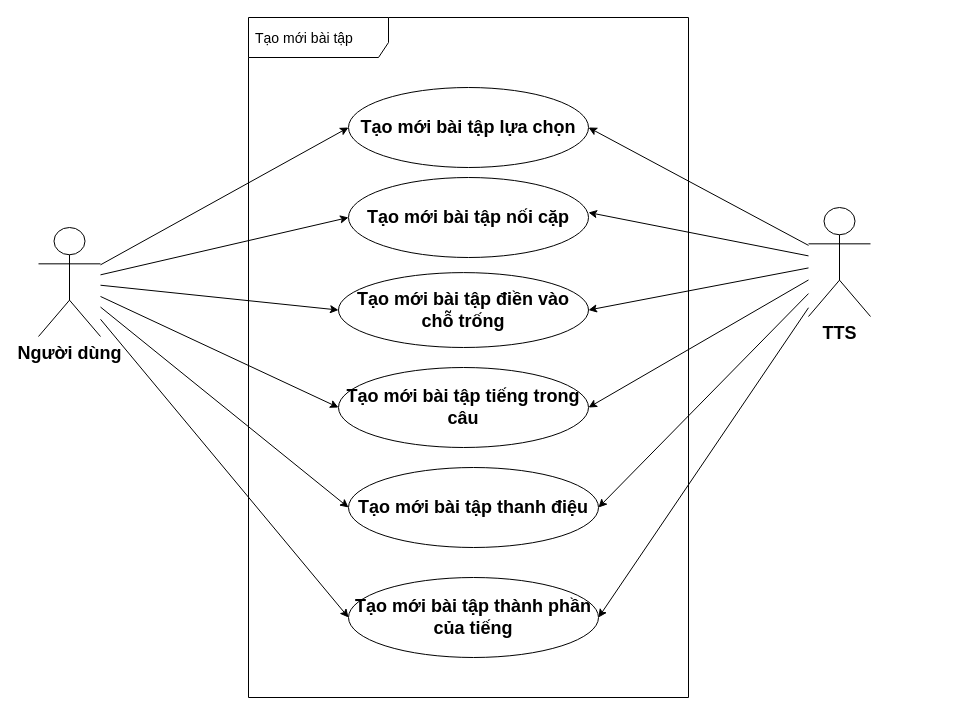
Before: page "Page-5" (5 of 11) of src/Untitled Diagram.drawio in Thuong911/vietStudy, a draw.io diagram. Source tidied: cells renumbered, new cells numbered last; positions are measured from the earlier drawing's top-left corner, leaving out a move shared by most shapes. Both pictures are drawn from the tidied source at 100%, with x=0, y=0 at pixel (38, 17).
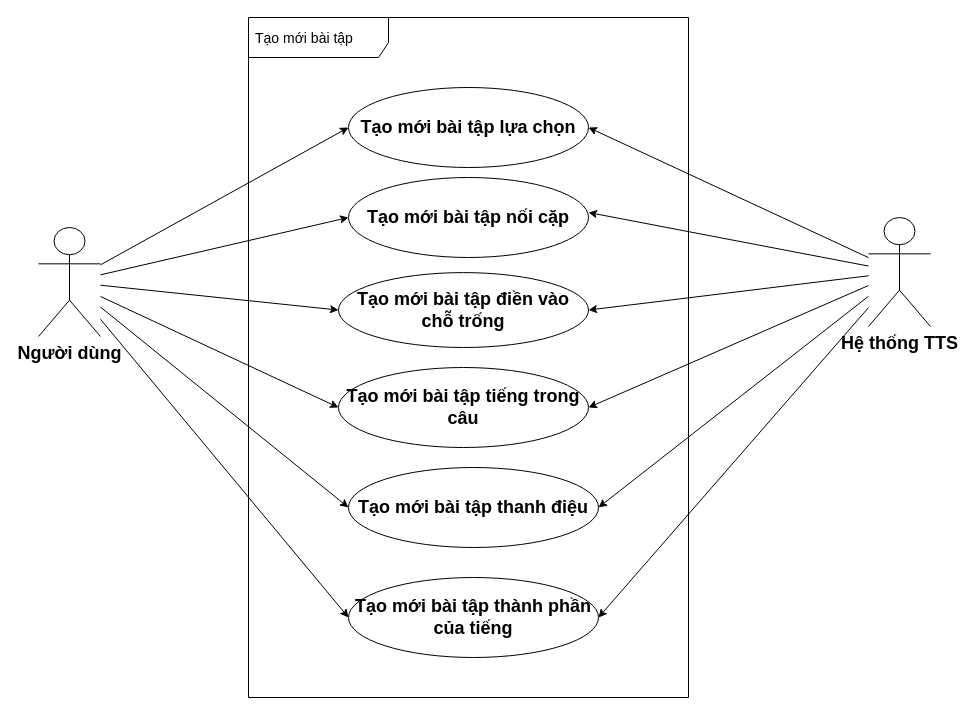
Above is the later version.

What changed in the source:
```diff
@@
-    <mxCell id="10" value="TTS" style="shape=umlActor;verticalLabelPosition=bottom;verticalAlign=top;html=1;fontSize=18;fontStyle=1;" parent="1" vertex="1">
-      <mxGeometry x="770" y="190" width="62" height="109" as="geometry" />
+    <mxCell id="10" value="Hệ thống TTS" style="shape=umlActor;verticalLabelPosition=bottom;verticalAlign=top;html=1;fontSize=18;fontStyle=1;" parent="1" vertex="1">
+      <mxGeometry x="830" y="200" width="62" height="109" as="geometry" />
     </mxCell>
```
